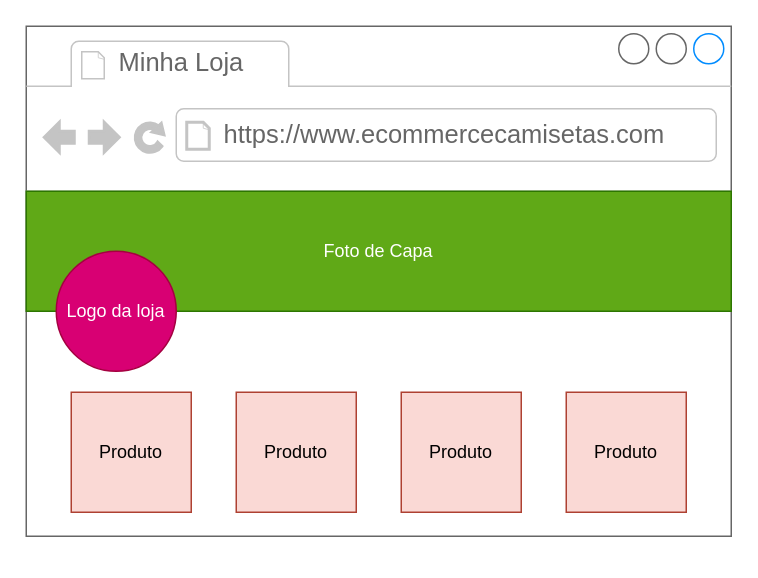
This is Diagramas/Tela-Minha-Loja.drawio from Alisson-tech/E-commerce_de_Camiseta, a draw.io file, before an edit. Source tidied: cells renumbered, new cells numbered last; positions are measured from the earlier drawing's top-left corner, leaving out a move shared by most shapes. Both pictures are drawn from the tidied source at 150%, with x=0, y=0 at pixel (26, 26).
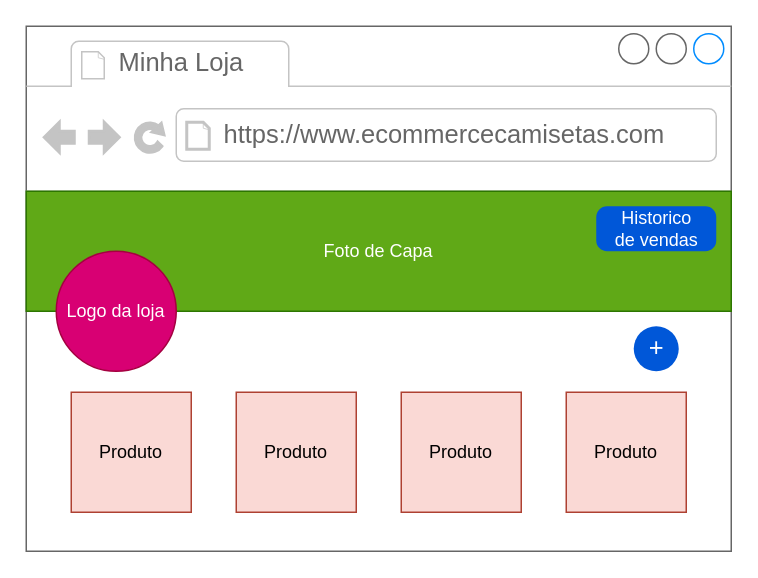
Above is the later version.

Commit message (it also covers changes not shown here):
corrigindo tela pŕoduto e tela minha loja

The edit, as a diff of the source:
```diff
@@
 <mxGraphModel>
   <root>
     <mxCell id="0" />
     <mxCell id="1" parent="0" />
     <mxCell id="2" style="strokeWidth=1;shadow=0;dashed=0;align=center;html=1;shape=mxgraph.mockup.containers.browserWindow;rSize=0;strokeColor=#666666;strokeColor2=#008cff;strokeColor3=#c4c4c4;mainText=,;" parent="1" vertex="1">
-      <mxGeometry width="470" height="340" as="geometry" />
+      <mxGeometry width="470" height="350" as="geometry" />
     </mxCell>
     <mxCell id="3" value="Minha Loja" style="strokeWidth=1;shadow=0;dashed=0;align=center;html=1;shape=mxgraph.mockup.containers.anchor;fontSize=17;fontColor=#666666;align=left;" parent="2" vertex="1">
       <mxGeometry x="60" y="12" width="110" height="26" as="geometry" />
     </mxCell>
     <mxCell id="4" value="https://www.ecommercecamisetas.com" style="strokeWidth=1;shadow=0;dashed=0;align=center;html=1;shape=mxgraph.mockup.containers.anchor;rSize=0;fontSize=17;fontColor=#666666;align=left;" parent="2" vertex="1">
-      <mxGeometry x="130" y="60" width="250" height="26" as="geometry" />
+      <mxGeometry x="130" y="60" width="300" height="26" as="geometry" />
     </mxCell>
     <mxCell id="5" value="Foto de Capa" style="rounded=0;whiteSpace=wrap;html=1;fillColor=#60a917;strokeColor=#2D7600;fontColor=#ffffff;" parent="2" vertex="1">
       <mxGeometry y="110" width="470" height="80" as="geometry" />
     </mxCell>
     <mxCell id="6" value="Logo da loja" style="ellipse;whiteSpace=wrap;html=1;fillColor=#d80073;strokeColor=#A50040;fontColor=#ffffff;" parent="2" vertex="1">
       <mxGeometry x="20" y="150" width="80" height="80" as="geometry" />
     </mxCell>
     <mxCell id="7" value="Produto" style="whiteSpace=wrap;html=1;fillColor=#fad9d5;strokeColor=#ae4132;" parent="2" vertex="1">
       <mxGeometry x="30" y="244" width="80" height="80" as="geometry" />
     </mxCell>
     <mxCell id="8" value="&lt;span&gt;Produto&lt;/span&gt;" style="whiteSpace=wrap;html=1;fillColor=#fad9d5;strokeColor=#ae4132;" parent="2" vertex="1">
       <mxGeometry x="140" y="244" width="80" height="80" as="geometry" />
     </mxCell>
     <mxCell id="9" value="&lt;span&gt;Produto&lt;/span&gt;" style="whiteSpace=wrap;html=1;fillColor=#fad9d5;strokeColor=#ae4132;" parent="2" vertex="1">
       <mxGeometry x="250" y="244" width="80" height="80" as="geometry" />
     </mxCell>
     <mxCell id="10" value="&lt;span&gt;Produto&lt;/span&gt;" style="whiteSpace=wrap;html=1;fillColor=#fad9d5;strokeColor=#ae4132;" parent="2" vertex="1">
       <mxGeometry x="360" y="244" width="80" height="80" as="geometry" />
     </mxCell>
+    <mxCell id="11" value="Historico &lt;br&gt;de vendas" style="rounded=1;fillColor=#0057D8;align=center;strokeColor=none;html=1;fontColor=#ffffff;fontSize=12;arcSize=24;" parent="2" vertex="1">
+      <mxGeometry x="380" y="120" width="80" height="30" as="geometry" />
+    </mxCell>
+    <mxCell id="12" value="&lt;font style=&quot;font-size: 17px&quot;&gt;+&lt;/font&gt;" style="rounded=1;fillColor=#0057D8;align=center;strokeColor=none;html=1;fontColor=#ffffff;fontSize=12;arcSize=50;" parent="2" vertex="1">
+      <mxGeometry x="405" y="200" width="30" height="30" as="geometry" />
+    </mxCell>
   </root>
 </mxGraphModel>
```
